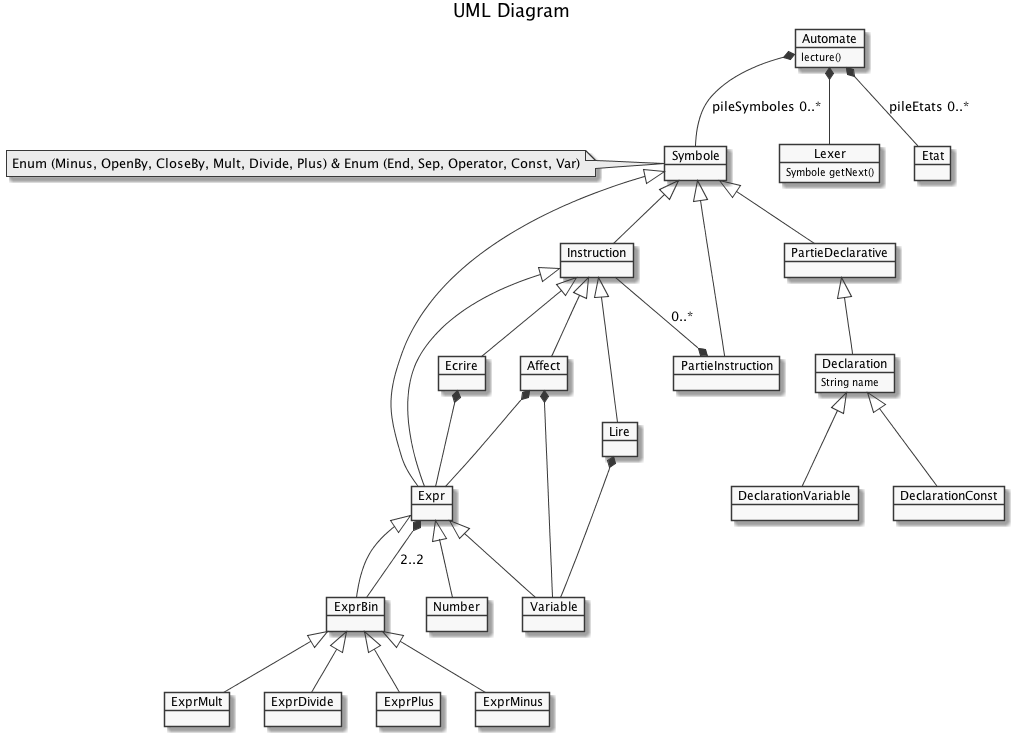
The PlantUML diagram UML/diagram.png in HexanomeBeurreTwo/LutinLangInterperter, before a commit.
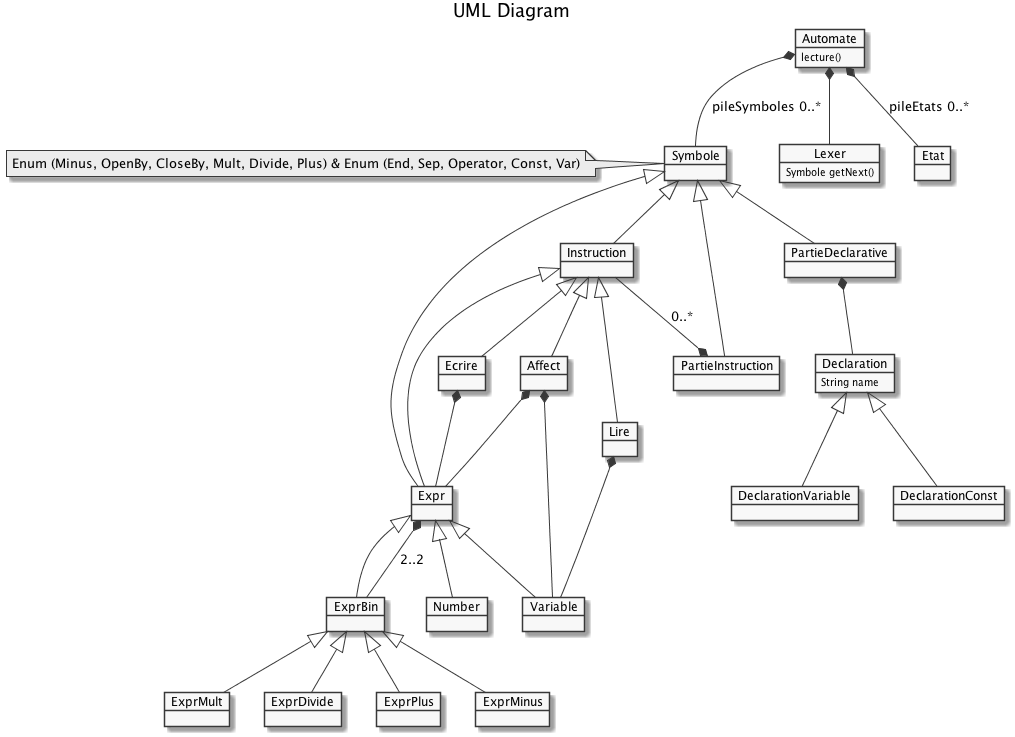
After the change.

Change to the diagram source:
```diff
@@ -55,7 +55,7 @@
 ExprBin <|-- ExprPlus
 ExprBin <|-- ExprMinus
 
-PartieDeclarative <|-- Declaration
+PartieDeclarative *-- Declaration
 
 Declaration <|-- DeclarationVariable
 Declaration <|-- DeclarationConst
```
